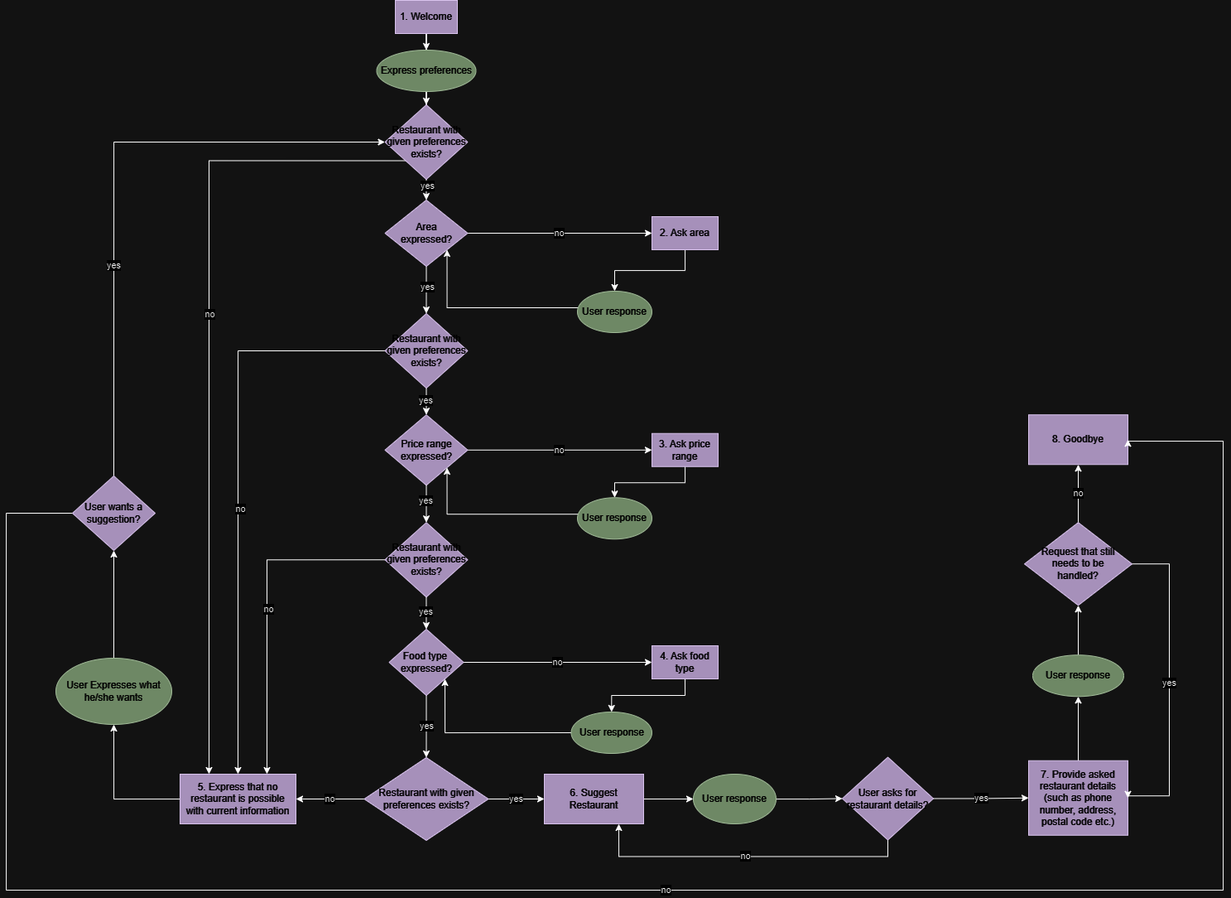
The draw.io diagram TeamProject/Part1-SystemImplementation/Part1b-DialogManagement/Part1b_MAIR_Final.drawio.png in nstavr04/MAIR-30, before a commit. Source tidied: cells renumbered, new cells last; positions are measured from the earlier drawing's top-left corner, leaving out a move shared by most shapes.
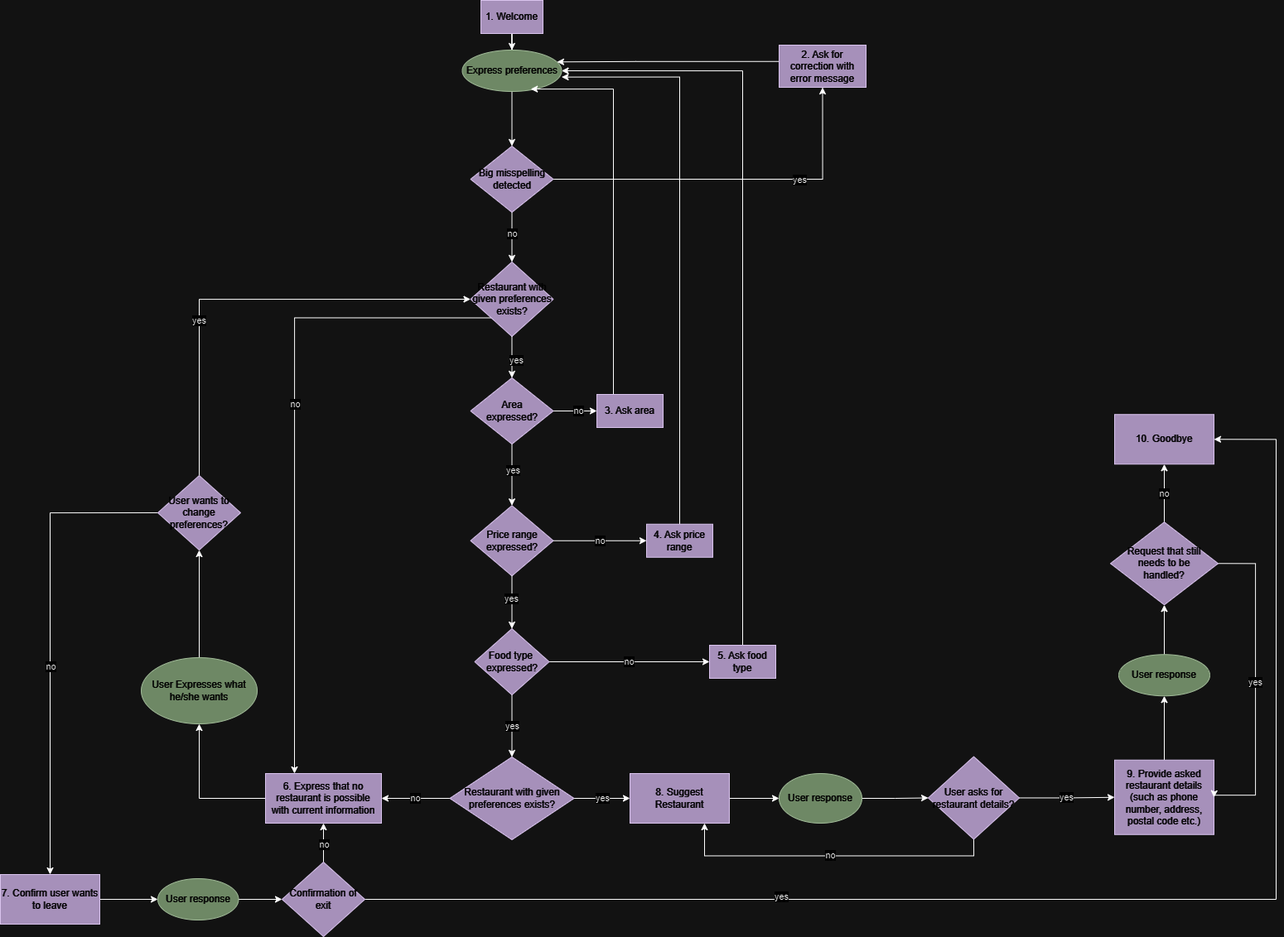
The same diagram one commit later.

Commit message:
Diagram update and comments on code

Change to the diagram source:
```diff
@@ -13,8 +13,8 @@
     </mxCell>
-    <mxCell id="5" value="6. Suggest&lt;br&gt;Restaurant" style="rounded=0;whiteSpace=wrap;html=1;fillColor=#76608a;fontColor=#ffffff;strokeColor=#432D57;" parent="1" vertex="1">
+    <mxCell id="5" value="8. Suggest&lt;br&gt;Restaurant" style="rounded=0;whiteSpace=wrap;html=1;fillColor=#76608a;fontColor=#ffffff;strokeColor=#432D57;" parent="1" vertex="1">
       <mxGeometry x="650" y="934" width="120" height="60" as="geometry" />
     </mxCell>
-    <mxCell id="6" style="edgeStyle=orthogonalEdgeStyle;rounded=0;jettySize=auto;html=1;exitX=0.5;exitY=1;exitDx=0;exitDy=0;" parent="1" edge="1" source="7" target="69">
-      <mxGeometry relative="1" as="geometry" />
-    </mxCell>
+    <mxCell id="70" style="edgeStyle=orthogonalEdgeStyle;rounded=0;jettySize=auto;html=1;exitX=0.5;exitY=1;exitDx=0;exitDy=0;entryX=0.5;entryY=0;entryDx=0;entryDy=0;" parent="1" edge="1" source="7" target="91">
+      <mxGeometry relative="1" as="geometry" />
+    </mxCell>
     <mxCell id="7" value="Express preferences" style="ellipse;whiteSpace=wrap;html=1;fillColor=#6d8764;fontColor=#ffffff;strokeColor=#3A5431;" parent="1" vertex="1">
@@ -22,11 +22,3 @@
     </mxCell>
-    <mxCell id="8" value="no" style="edgeStyle=orthogonalEdgeStyle;rounded=0;jettySize=auto;html=1;entryX=0;entryY=0.5;entryDx=0;entryDy=0;" parent="1" edge="1" source="11" target="18">
-      <mxGeometry relative="1" as="geometry">
-        <Array as="points">
-          <mxPoint x="780" y="281" />
-          <mxPoint x="780" y="281" />
-        </Array>
-      </mxGeometry>
-    </mxCell>
-    <mxCell id="9" style="edgeStyle=orthogonalEdgeStyle;rounded=0;jettySize=auto;html=1;exitX=0.5;exitY=1;exitDx=0;exitDy=0;" parent="1" edge="1" source="11" target="53">
+    <mxCell id="9" style="edgeStyle=orthogonalEdgeStyle;rounded=0;jettySize=auto;html=1;exitX=0.5;exitY=1;exitDx=0;exitDy=0;entryX=0.5;entryY=0;entryDx=0;entryDy=0;" parent="1" edge="1" source="11" target="13">
       <mxGeometry relative="1" as="geometry" />
@@ -36,4 +28,12 @@
     </mxCell>
+    <mxCell id="8" style="edgeStyle=orthogonalEdgeStyle;rounded=0;jettySize=auto;html=1;exitX=1;exitY=0.5;exitDx=0;exitDy=0;entryX=0;entryY=0.5;entryDx=0;entryDy=0;" parent="1" edge="1" source="11" target="18">
+      <mxGeometry relative="1" as="geometry" />
+    </mxCell>
+    <mxCell id="71" value="no" style="edgeLabel;html=1;align=center;verticalAlign=middle;" parent="8" vertex="1">
+      <mxGeometry x="0.09" y="1" relative="1" as="geometry">
+        <mxPoint x="1" as="offset" />
+      </mxGeometry>
+    </mxCell>
     <mxCell id="11" value="Area&lt;br&gt;expressed?" style="rhombus;whiteSpace=wrap;html=1;fillColor=#76608a;fontColor=#ffffff;strokeColor=#432D57;" parent="1" vertex="1">
-      <mxGeometry x="457.5" y="241" width="100" height="80" as="geometry" />
+      <mxGeometry x="457.5" y="456" width="100" height="80" as="geometry" />
     </mxCell>
@@ -43,3 +43,3 @@
     <mxCell id="13" value="Price range&lt;br&gt;expressed?" style="rhombus;whiteSpace=wrap;html=1;fillColor=#76608a;fontColor=#ffffff;strokeColor=#432D57;" parent="1" vertex="1">
-      <mxGeometry x="457.5" y="500.2" width="100" height="85" as="geometry" />
+      <mxGeometry x="457.5" y="610.2" width="100" height="85" as="geometry" />
     </mxCell>
@@ -54,57 +54,24 @@
     </mxCell>
-    <mxCell id="17" style="edgeStyle=orthogonalEdgeStyle;rounded=0;jettySize=auto;html=1;entryX=0.5;entryY=0;entryDx=0;entryDy=0;" parent="1" edge="1" source="18" target="20">
-      <mxGeometry relative="1" as="geometry" />
-    </mxCell>
+    <mxCell id="72" style="edgeStyle=orthogonalEdgeStyle;rounded=0;jettySize=auto;html=1;exitX=0.25;exitY=0;exitDx=0;exitDy=0;entryX=0.689;entryY=0.942;entryDx=0;entryDy=0;entryPerimeter=0;" parent="1" edge="1" source="18" target="7">
+      <mxGeometry relative="1" as="geometry">
+        <Array as="points">
+          <mxPoint x="630" y="107" />
+        </Array>
+      </mxGeometry>
+    </mxCell>
-    <mxCell id="18" value="2. Ask area" style="rounded=0;whiteSpace=wrap;html=1;fillColor=#76608a;fontColor=#ffffff;strokeColor=#432D57;" parent="1" vertex="1">
-      <mxGeometry x="780" y="261" width="80" height="40" as="geometry" />
+    <mxCell id="18" value="3. Ask area" style="rounded=0;whiteSpace=wrap;html=1;fillColor=#76608a;fontColor=#ffffff;strokeColor=#432D57;" parent="1" vertex="1">
+      <mxGeometry x="610" y="476" width="80" height="40" as="geometry" />
     </mxCell>
-    <mxCell id="19" style="edgeStyle=orthogonalEdgeStyle;rounded=0;jettySize=auto;html=1;exitX=0;exitY=0;exitDx=0;exitDy=0;entryX=1;entryY=1;entryDx=0;entryDy=0;" parent="1" edge="1" source="20" target="11">
-      <mxGeometry relative="1" as="geometry">
-        <Array as="points">
-          <mxPoint x="703" y="371" />
-          <mxPoint x="533" y="371" />
-        </Array>
-      </mxGeometry>
-    </mxCell>
-    <mxCell id="20" value="User response" style="ellipse;whiteSpace=wrap;html=1;fillColor=#6d8764;fontColor=#ffffff;strokeColor=#3A5431;" parent="1" vertex="1">
-      <mxGeometry x="690" y="351" width="90" height="50" as="geometry" />
-    </mxCell>
-    <mxCell id="21" style="edgeStyle=orthogonalEdgeStyle;rounded=0;jettySize=auto;html=1;" parent="1" edge="1" source="22" target="24">
-      <mxGeometry relative="1" as="geometry">
-        <Array as="points">
-          <mxPoint x="820" y="582.2" />
-          <mxPoint x="735" y="582.2" />
-        </Array>
-      </mxGeometry>
-    </mxCell>
+    <mxCell id="73" style="edgeStyle=orthogonalEdgeStyle;rounded=0;jettySize=auto;html=1;exitX=0.5;exitY=0;exitDx=0;exitDy=0;entryX=1;entryY=0.652;entryDx=0;entryDy=0;entryPerimeter=0;" parent="1" edge="1" source="22" target="7">
+      <mxGeometry relative="1" as="geometry" />
+    </mxCell>
-    <mxCell id="22" value="3. Ask price range" style="rounded=0;whiteSpace=wrap;html=1;fillColor=#76608a;fontColor=#ffffff;strokeColor=#432D57;" parent="1" vertex="1">
-      <mxGeometry x="780" y="522.8" width="80" height="40" as="geometry" />
+    <mxCell id="22" value="4. Ask price range" style="rounded=0;whiteSpace=wrap;html=1;fillColor=#76608a;fontColor=#ffffff;strokeColor=#432D57;" parent="1" vertex="1">
+      <mxGeometry x="670" y="632.8" width="80" height="40" as="geometry" />
     </mxCell>
-    <mxCell id="23" style="edgeStyle=orthogonalEdgeStyle;rounded=0;jettySize=auto;html=1;exitX=0;exitY=0;exitDx=0;exitDy=0;entryX=1;entryY=1;entryDx=0;entryDy=0;" parent="1" edge="1" source="24" target="13">
-      <mxGeometry relative="1" as="geometry">
-        <Array as="points">
-          <mxPoint x="703" y="620.2" />
-          <mxPoint x="532" y="620.2" />
-        </Array>
-      </mxGeometry>
-    </mxCell>
-    <mxCell id="24" value="User response" style="ellipse;whiteSpace=wrap;html=1;fillColor=#6d8764;fontColor=#ffffff;strokeColor=#3A5431;" parent="1" vertex="1">
-      <mxGeometry x="690" y="600.2" width="90" height="50" as="geometry" />
-    </mxCell>
-    <mxCell id="25" style="edgeStyle=orthogonalEdgeStyle;rounded=0;jettySize=auto;html=1;exitX=0.5;exitY=1;exitDx=0;exitDy=0;entryX=0.5;entryY=0;entryDx=0;entryDy=0;" parent="1" edge="1" source="26" target="28">
-      <mxGeometry relative="1" as="geometry" />
-    </mxCell>
+    <mxCell id="74" style="edgeStyle=orthogonalEdgeStyle;rounded=0;jettySize=auto;html=1;exitX=0.5;exitY=0;exitDx=0;exitDy=0;entryX=1;entryY=0.5;entryDx=0;entryDy=0;" parent="1" edge="1" source="26" target="7">
+      <mxGeometry relative="1" as="geometry" />
+    </mxCell>
-    <mxCell id="26" value="4. Ask food type" style="rounded=0;whiteSpace=wrap;html=1;fillColor=#76608a;fontColor=#ffffff;strokeColor=#432D57;" parent="1" vertex="1">
-      <mxGeometry x="780" y="779" width="80" height="40" as="geometry" />
+    <mxCell id="26" value="5. Ask food type" style="rounded=0;whiteSpace=wrap;html=1;fillColor=#76608a;fontColor=#ffffff;strokeColor=#432D57;" parent="1" vertex="1">
+      <mxGeometry x="746" y="779" width="80" height="40" as="geometry" />
     </mxCell>
-    <mxCell id="27" style="edgeStyle=orthogonalEdgeStyle;rounded=0;jettySize=auto;html=1;exitX=0;exitY=0.5;exitDx=0;exitDy=0;entryX=1;entryY=1;entryDx=0;entryDy=0;" parent="1" edge="1" source="28" target="16">
-      <mxGeometry relative="1" as="geometry">
-        <Array as="points">
-          <mxPoint x="530" y="884" />
-        </Array>
-      </mxGeometry>
-    </mxCell>
-    <mxCell id="28" value="User response" style="ellipse;whiteSpace=wrap;html=1;fillColor=#6d8764;fontColor=#ffffff;strokeColor=#3A5431;" parent="1" vertex="1">
-      <mxGeometry x="682.5" y="859" width="97.5" height="50" as="geometry" />
-    </mxCell>
     <mxCell id="29" style="edgeStyle=orthogonalEdgeStyle;rounded=0;jettySize=auto;html=1;" parent="1" edge="1" source="30" target="36">
@@ -136,3 +103,3 @@
     </mxCell>
-    <mxCell id="38" value="5. Express that no restaurant is possible with current information" style="rounded=0;whiteSpace=wrap;html=1;fillColor=#76608a;fontColor=#ffffff;strokeColor=#432D57;" parent="1" vertex="1">
+    <mxCell id="38" value="6. Express that no restaurant is possible with current information" style="rounded=0;whiteSpace=wrap;html=1;fillColor=#76608a;fontColor=#ffffff;strokeColor=#432D57;" parent="1" vertex="1">
       <mxGeometry x="210" y="934" width="140" height="60" as="geometry" />
@@ -145,3 +112,3 @@
     </mxCell>
-    <mxCell id="41" value="8. Goodbye" style="rounded=0;whiteSpace=wrap;html=1;fillColor=#76608a;fontColor=#ffffff;strokeColor=#432D57;" parent="1" vertex="1">
+    <mxCell id="41" value="10. Goodbye" style="rounded=0;whiteSpace=wrap;html=1;fillColor=#76608a;fontColor=#ffffff;strokeColor=#432D57;" parent="1" vertex="1">
       <mxGeometry x="1235" y="500.2" width="120" height="60" as="geometry" />
@@ -151,3 +118,3 @@
     </mxCell>
-    <mxCell id="43" value="7. Provide asked restaurant details (such as phone number, address, postal code etc.)" style="rounded=0;whiteSpace=wrap;html=1;fillColor=#76608a;fontColor=#ffffff;strokeColor=#432D57;" parent="1" vertex="1">
+    <mxCell id="43" value="9. Provide asked restaurant details (such as phone number, address, postal code etc.)" style="rounded=0;whiteSpace=wrap;html=1;fillColor=#76608a;fontColor=#ffffff;strokeColor=#432D57;" parent="1" vertex="1">
       <mxGeometry x="1235" y="917.8" width="120" height="90" as="geometry" />
@@ -174,33 +141,3 @@
     </mxCell>
-    <mxCell id="49" style="edgeStyle=orthogonalEdgeStyle;rounded=0;jettySize=auto;html=1;exitX=0;exitY=0.5;exitDx=0;exitDy=0;entryX=0.5;entryY=0;entryDx=0;entryDy=0;" parent="1" edge="1" source="53" target="38">
-      <mxGeometry relative="1" as="geometry" />
-    </mxCell>
-    <mxCell id="50" value="no" style="edgeLabel;html=1;align=center;verticalAlign=middle;" parent="49" vertex="1">
-      <mxGeometry x="0.07" y="2" relative="1" as="geometry" />
-    </mxCell>
-    <mxCell id="51" style="edgeStyle=orthogonalEdgeStyle;rounded=0;jettySize=auto;html=1;exitX=0.5;exitY=1;exitDx=0;exitDy=0;entryX=0.5;entryY=0;entryDx=0;entryDy=0;" parent="1" edge="1" source="53" target="13">
-      <mxGeometry relative="1" as="geometry" />
-    </mxCell>
-    <mxCell id="52" value="yes" style="edgeLabel;html=1;align=center;verticalAlign=middle;" parent="51" vertex="1">
-      <mxGeometry x="-0.16" y="-1" relative="1" as="geometry" />
-    </mxCell>
-    <mxCell id="53" value="Restaurant with given preferences exists?" style="rhombus;whiteSpace=wrap;html=1;fillColor=#76608a;fontColor=#ffffff;strokeColor=#432D57;" parent="1" vertex="1">
-      <mxGeometry x="457.5" y="378" width="100" height="90" as="geometry" />
-    </mxCell>
-    <mxCell id="54" style="edgeStyle=orthogonalEdgeStyle;rounded=0;jettySize=auto;html=1;exitX=0;exitY=0.5;exitDx=0;exitDy=0;entryX=0.75;entryY=0;entryDx=0;entryDy=0;" parent="1" edge="1" source="56" target="38">
-      <mxGeometry relative="1" as="geometry" />
-    </mxCell>
-    <mxCell id="55" value="no" style="edgeLabel;html=1;align=center;verticalAlign=middle;" parent="54" vertex="1">
-      <mxGeometry x="0.01" y="1" relative="1" as="geometry" />
-    </mxCell>
-    <mxCell id="56" value="Restaurant with given preferences exists?" style="rhombus;whiteSpace=wrap;html=1;fillColor=#76608a;fontColor=#ffffff;strokeColor=#432D57;" parent="1" vertex="1">
-      <mxGeometry x="457.5" y="630.2" width="100" height="90" as="geometry" />
-    </mxCell>
-    <mxCell id="57" style="edgeStyle=orthogonalEdgeStyle;rounded=0;jettySize=auto;html=1;" parent="1" edge="1" source="13" target="56">
-      <mxGeometry relative="1" as="geometry" />
-    </mxCell>
-    <mxCell id="58" value="yes" style="edgeLabel;html=1;align=center;verticalAlign=middle;" parent="57" vertex="1">
-      <mxGeometry x="-0.16" y="-1" relative="1" as="geometry" />
-    </mxCell>
-    <mxCell id="59" style="edgeStyle=orthogonalEdgeStyle;rounded=0;jettySize=auto;html=1;" parent="1" edge="1" source="56" target="16">
+    <mxCell id="59" style="edgeStyle=orthogonalEdgeStyle;rounded=0;jettySize=auto;html=1;" parent="1" edge="1" source="13" target="16">
       <mxGeometry relative="1" as="geometry" />
@@ -210,13 +147,2 @@
     </mxCell>
-    <mxCell id="61" value="no" style="edgeStyle=orthogonalEdgeStyle;rounded=0;jettySize=auto;html=1;exitX=0;exitY=0.5;exitDx=0;exitDy=0;entryX=1;entryY=0.5;entryDx=0;entryDy=0;" parent="1" edge="1" source="64" target="41">
-      <mxGeometry relative="1" as="geometry">
-        <Array as="points">
-          <mxPoint y="619" />
-          <mxPoint y="1074" />
-          <mxPoint x="1470" y="1074" />
-          <mxPoint x="1470" y="532" />
-          <mxPoint x="1355" y="532" />
-        </Array>
-      </mxGeometry>
-    </mxCell>
     <mxCell id="62" style="edgeStyle=orthogonalEdgeStyle;rounded=0;jettySize=auto;html=1;exitX=0.5;exitY=0;exitDx=0;exitDy=0;entryX=0;entryY=0.5;entryDx=0;entryDy=0;" parent="1" edge="1" source="64" target="69">
@@ -229,3 +155,9 @@
     </mxCell>
+    <mxCell id="75" style="edgeStyle=orthogonalEdgeStyle;rounded=0;jettySize=auto;html=1;exitX=0;exitY=0.5;exitDx=0;exitDy=0;entryX=0.5;entryY=0;entryDx=0;entryDy=0;" parent="1" edge="1" source="64" target="84">
+      <mxGeometry relative="1" as="geometry" />
+    </mxCell>
+    <mxCell id="76" value="no" style="edgeLabel;html=1;align=center;verticalAlign=middle;" parent="75" vertex="1">
+      <mxGeometry x="0.11" relative="1" as="geometry" />
+    </mxCell>
-    <mxCell id="64" value="User wants a suggestion?" style="rhombus;whiteSpace=wrap;html=1;fillColor=#76608a;strokeColor=#432D57;fontColor=#ffffff;" parent="1" vertex="1">
+    <mxCell id="64" value="User wants to change preferences?" style="rhombus;whiteSpace=wrap;html=1;fillColor=#76608a;strokeColor=#432D57;fontColor=#ffffff;" parent="1" vertex="1">
       <mxGeometry x="80" y="574" width="100" height="90" as="geometry" />
@@ -235,4 +167,4 @@
         <Array as="points">
-          <mxPoint x="508" y="226" />
-          <mxPoint x="508" y="226" />
+          <mxPoint x="508" y="336" />
+          <mxPoint x="508" y="336" />
         </Array>
@@ -243,2 +175,7 @@
     </mxCell>
+    <mxCell id="77" value="yes" style="edgeLabel;html=1;align=center;verticalAlign=middle;" parent="65" vertex="1">
+      <mxGeometry x="0.77" y="5" relative="1" as="geometry">
+        <mxPoint y="1" as="offset" />
+      </mxGeometry>
+    </mxCell>
     <mxCell id="67" style="edgeStyle=orthogonalEdgeStyle;rounded=0;jettySize=auto;html=1;exitX=0;exitY=1;exitDx=0;exitDy=0;entryX=0.25;entryY=0;entryDx=0;entryDy=0;" parent="1" edge="1" source="69" target="38">
@@ -252,4 +189,63 @@
     <mxCell id="69" value="Restaurant with given preferences exists?" style="rhombus;whiteSpace=wrap;html=1;fillColor=#76608a;fontColor=#ffffff;strokeColor=#432D57;" parent="1" vertex="1">
-      <mxGeometry x="457.5" y="126" width="100" height="90" as="geometry" />
+      <mxGeometry x="457.5" y="316" width="100" height="90" as="geometry" />
     </mxCell>
+    <mxCell id="78" style="edgeStyle=orthogonalEdgeStyle;rounded=0;jettySize=auto;html=1;exitX=0.5;exitY=0;exitDx=0;exitDy=0;" parent="1" edge="1" source="82" target="38">
+      <mxGeometry relative="1" as="geometry" />
+    </mxCell>
+    <mxCell id="79" value="no" style="edgeLabel;html=1;align=center;verticalAlign=middle;" parent="78" vertex="1">
+      <mxGeometry x="-0.06" relative="1" as="geometry" />
+    </mxCell>
+    <mxCell id="80" style="edgeStyle=orthogonalEdgeStyle;rounded=0;jettySize=auto;html=1;exitX=1;exitY=0.5;exitDx=0;exitDy=0;entryX=1;entryY=0.5;entryDx=0;entryDy=0;" parent="1" edge="1" source="82" target="41">
+      <mxGeometry relative="1" as="geometry">
+        <Array as="points">
+          <mxPoint x="1430" y="1086" />
+          <mxPoint x="1430" y="530" />
+        </Array>
+      </mxGeometry>
+    </mxCell>
+    <mxCell id="81" value="yes" style="edgeLabel;html=1;align=center;verticalAlign=middle;" parent="80" vertex="1">
+      <mxGeometry x="-0.42" y="4" relative="1" as="geometry" />
+    </mxCell>
+    <mxCell id="82" value="Confirmation of exit" style="rhombus;whiteSpace=wrap;html=1;fillColor=#76608a;fontColor=#ffffff;strokeColor=#432D57;" parent="1" vertex="1">
+      <mxGeometry x="230" y="1041" width="100" height="90" as="geometry" />
+    </mxCell>
+    <mxCell id="83" style="edgeStyle=orthogonalEdgeStyle;rounded=0;jettySize=auto;html=1;exitX=1;exitY=0.5;exitDx=0;exitDy=0;" parent="1" edge="1" source="84" target="86">
+      <mxGeometry relative="1" as="geometry" />
+    </mxCell>
+    <mxCell id="84" value="7. Confirm user wants to leave" style="rounded=0;whiteSpace=wrap;html=1;fillColor=#76608a;fontColor=#ffffff;strokeColor=#432D57;" parent="1" vertex="1">
+      <mxGeometry x="-110" y="1056" width="120" height="60" as="geometry" />
+    </mxCell>
+    <mxCell id="85" style="edgeStyle=orthogonalEdgeStyle;rounded=0;jettySize=auto;html=1;exitX=1;exitY=0.5;exitDx=0;exitDy=0;" parent="1" edge="1" source="86" target="82">
+      <mxGeometry relative="1" as="geometry" />
+    </mxCell>
+    <mxCell id="86" value="User response" style="ellipse;whiteSpace=wrap;html=1;fillColor=#6d8764;fontColor=#ffffff;strokeColor=#3A5431;" parent="1" vertex="1">
+      <mxGeometry x="80" y="1061" width="97.5" height="50" as="geometry" />
+    </mxCell>
+    <mxCell id="87" style="edgeStyle=orthogonalEdgeStyle;rounded=0;jettySize=auto;html=1;exitX=0.5;exitY=1;exitDx=0;exitDy=0;entryX=0.5;entryY=0;entryDx=0;entryDy=0;" parent="1" edge="1" source="91" target="69">
+      <mxGeometry relative="1" as="geometry" />
+    </mxCell>
+    <mxCell id="88" value="no" style="edgeLabel;html=1;align=center;verticalAlign=middle;" parent="87" vertex="1">
+      <mxGeometry x="-0.14" relative="1" as="geometry" />
+    </mxCell>
+    <mxCell id="89" style="edgeStyle=orthogonalEdgeStyle;rounded=0;jettySize=auto;html=1;exitX=1;exitY=0.5;exitDx=0;exitDy=0;entryX=0.5;entryY=1;entryDx=0;entryDy=0;" parent="1" edge="1" source="91" target="93">
+      <mxGeometry relative="1" as="geometry" />
+    </mxCell>
+    <mxCell id="90" value="yes" style="edgeLabel;html=1;align=center;verticalAlign=middle;" parent="89" vertex="1">
+      <mxGeometry x="0.36" relative="1" as="geometry" />
+    </mxCell>
+    <mxCell id="91" value="Big misspelling detected" style="rhombus;whiteSpace=wrap;html=1;fillColor=#76608a;fontColor=#ffffff;strokeColor=#432D57;" parent="1" vertex="1">
+      <mxGeometry x="457.5" y="176" width="100" height="80" as="geometry" />
+    </mxCell>
+    <mxCell id="92" style="edgeStyle=orthogonalEdgeStyle;rounded=0;orthogonalLoop=1;jettySize=auto;html=1;exitX=0;exitY=0.25;exitDx=0;exitDy=0;entryX=1;entryY=0;entryDx=0;entryDy=0;" parent="1" edge="1">
+      <mxGeometry relative="1" as="geometry">
+        <mxPoint x="842" y="73.8" as="sourcePoint" />
+        <mxPoint x="561.9" y="74.3" as="targetPoint" />
+        <Array as="points">
+          <mxPoint x="657" y="74" />
+        </Array>
+      </mxGeometry>
+    </mxCell>
+    <mxCell id="93" value="2. Ask for correction with error message" style="rounded=0;whiteSpace=wrap;html=1;fillColor=#76608a;strokeColor=#432D57;fontColor=#ffffff;" parent="1" vertex="1">
+      <mxGeometry x="830" y="54" width="105" height="51" as="geometry" />
+    </mxCell>
   </root>
```
